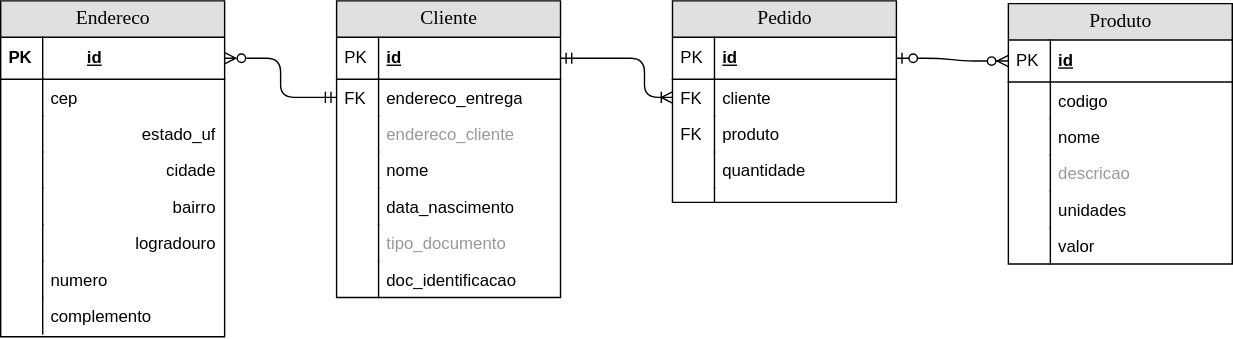
This is docs/MER.svg from zanella86/e-commerce, a draw.io export, as it was before one commit. Source tidied: cells renumbered, new cells last; positions are measured from the earlier drawing's top-left corner, leaving out a move shared by most shapes.
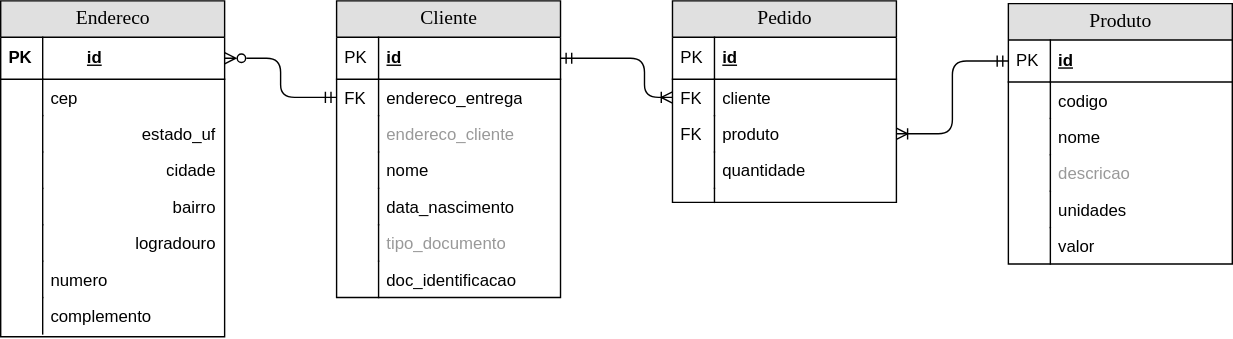
After the change.

Change to the diagram source:
```diff
@@ -186,8 +186,13 @@
         </Array>
       </mxGeometry>
     </mxCell>
-    <mxCell id="60" style="edgeStyle=entityRelationEdgeStyle;html=1;endArrow=ERzeroToMany;startArrow=ERzeroToOne;labelBackgroundColor=none;fontFamily=Verdana;fontSize=14;exitX=1;exitY=0.5;" parent="1" edge="1" source="35" target="46">
-      <mxGeometry relative="1" as="geometry" />
-    </mxCell>
+    <mxCell id="61" style="edgeStyle=orthogonalEdgeStyle;html=1;endArrow=ERoneToMany;startArrow=ERmandOne;labelBackgroundColor=none;fontFamily=Verdana;fontSize=14;endFill=0;" parent="1" edge="1" source="46" target="39">
+      <mxGeometry relative="1" as="geometry">
+        <Array as="points">
+          <mxPoint x="680" y="43" />
+          <mxPoint x="680" y="95" />
+        </Array>
+      </mxGeometry>
+    </mxCell>
   </root>
 </mxGraphModel>
```
